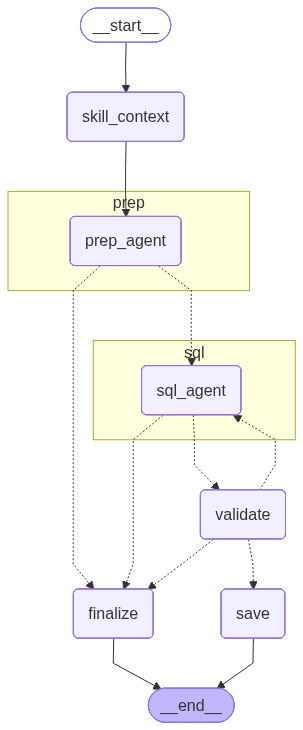
Above: artifacts/graphs/orchestrator-graph.png in teron131/tabuflow (Mermaid), before the change. Its source is kept beside it as artifacts/graphs/orchestrator-graph.mmd.
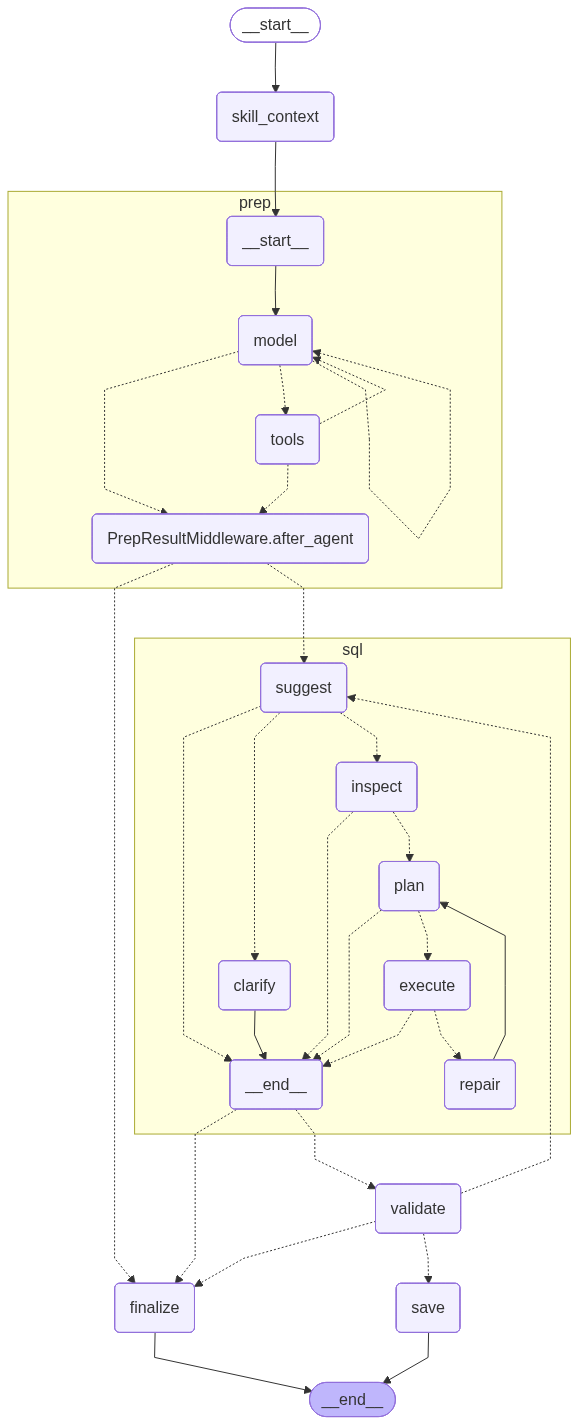
After the commit.

Change to the diagram source:
```diff
@@ -11,21 +11,47 @@
 	finalize(finalize)
 	__end__([<p>__end__</p>]):::last
 	__start__ --> skill_context;
-	prep\3aprep_agent -.-> finalize;
-	prep\3aprep_agent -.-> sql\3asql_agent;
-	skill_context --> prep\3aprep_agent;
-	sql\3asql_agent -.-> finalize;
-	sql\3asql_agent -.-> validate;
+	prep\3aPrepResultMiddleware\2eafter_agent -.-> finalize;
+	prep\3aPrepResultMiddleware\2eafter_agent -.-> sql\3asuggest;
+	skill_context --> prep\3a__start__;
+	sql\3a__end__ -.-> finalize;
+	sql\3a__end__ -.-> validate;
 	validate -.-> finalize;
 	validate -.-> save;
-	validate -.-> sql\3asql_agent;
+	validate -.-> sql\3asuggest;
 	finalize --> __end__;
 	save --> __end__;
 	subgraph prep
-	prep\3aprep_agent(prep_agent)
+	prep\3a__start__(<p>__start__</p>)
+	prep\3amodel(model)
+	prep\3atools(tools)
+	prep\3aPrepResultMiddleware\2eafter_agent(PrepResultMiddleware.after_agent)
+	prep\3a__start__ --> prep\3amodel;
+	prep\3amodel -.-> prep\3aPrepResultMiddleware\2eafter_agent;
+	prep\3amodel -.-> prep\3atools;
+	prep\3atools -.-> prep\3aPrepResultMiddleware\2eafter_agent;
+	prep\3atools -.-> prep\3amodel;
+	prep\3amodel -.-> prep\3amodel;
 	end
 	subgraph sql
-	sql\3asql_agent(sql_agent)
+	sql\3asuggest(suggest)
+	sql\3aclarify(clarify)
+	sql\3ainspect(inspect)
+	sql\3aplan(plan)
+	sql\3aexecute(execute)
+	sql\3arepair(repair)
+	sql\3a__end__(<p>__end__</p>)
+	sql\3aexecute -.-> sql\3a__end__;
+	sql\3aexecute -.-> sql\3arepair;
+	sql\3ainspect -.-> sql\3a__end__;
+	sql\3ainspect -.-> sql\3aplan;
+	sql\3aplan -.-> sql\3a__end__;
+	sql\3aplan -.-> sql\3aexecute;
+	sql\3arepair --> sql\3aplan;
+	sql\3asuggest -.-> sql\3a__end__;
+	sql\3asuggest -.-> sql\3aclarify;
+	sql\3asuggest -.-> sql\3ainspect;
+	sql\3aclarify --> sql\3a__end__;
 	end
 	classDef default fill:#f2f0ff,line-height:1.2
 	classDef first fill-opacity:0
```
